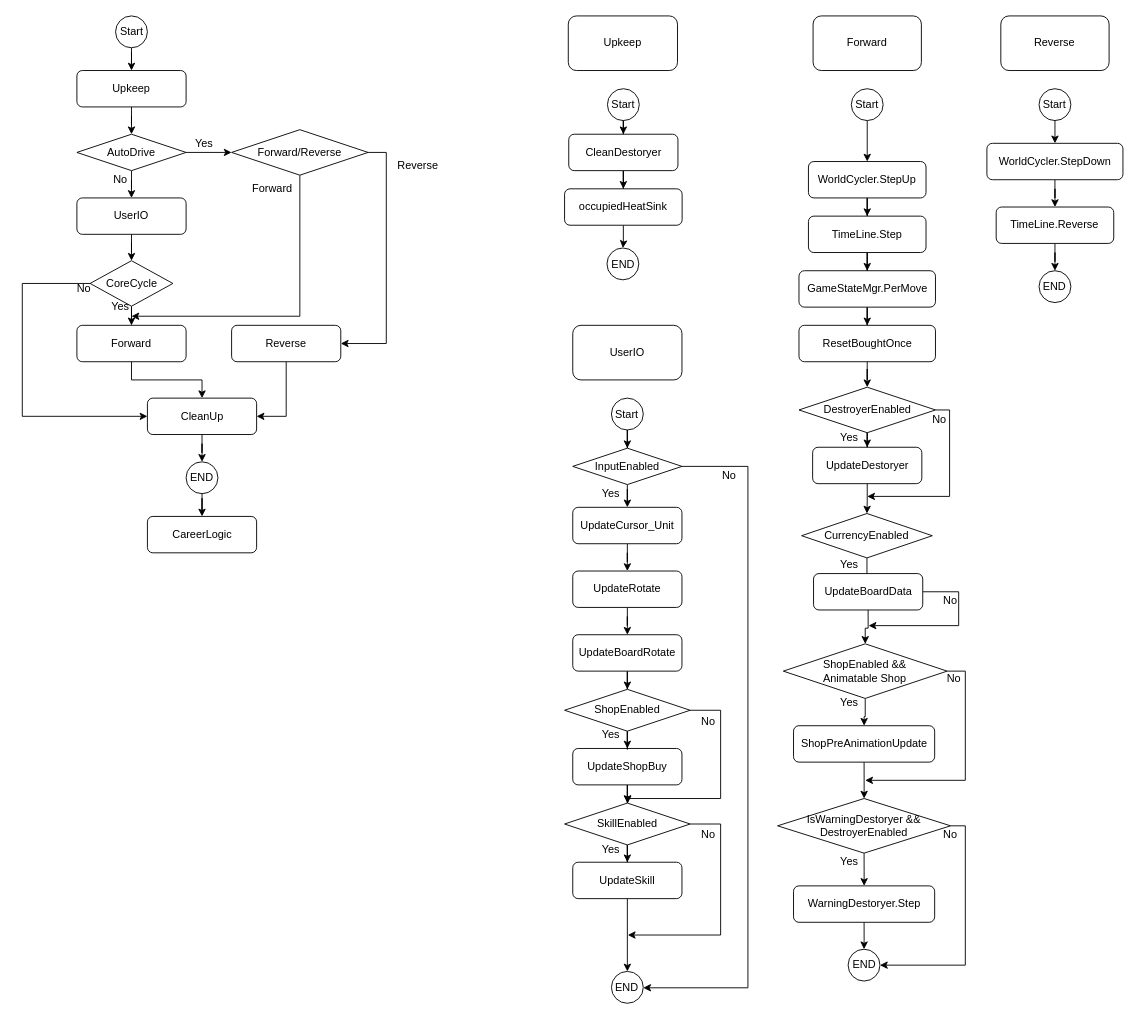
yanyoumo/R.O.O.T_Unity keeps this draw.io diagram as ROOT_demo/Root_Game_Loop.drawio. Above is the earlier version. Source tidied: cells renumbered, new cells numbered last; positions are measured from the earlier drawing's top-left corner, leaving out a move shared by most shapes. Both pictures are drawn from the tidied source at 91%, with x=0, y=0 at pixel (22, 15).
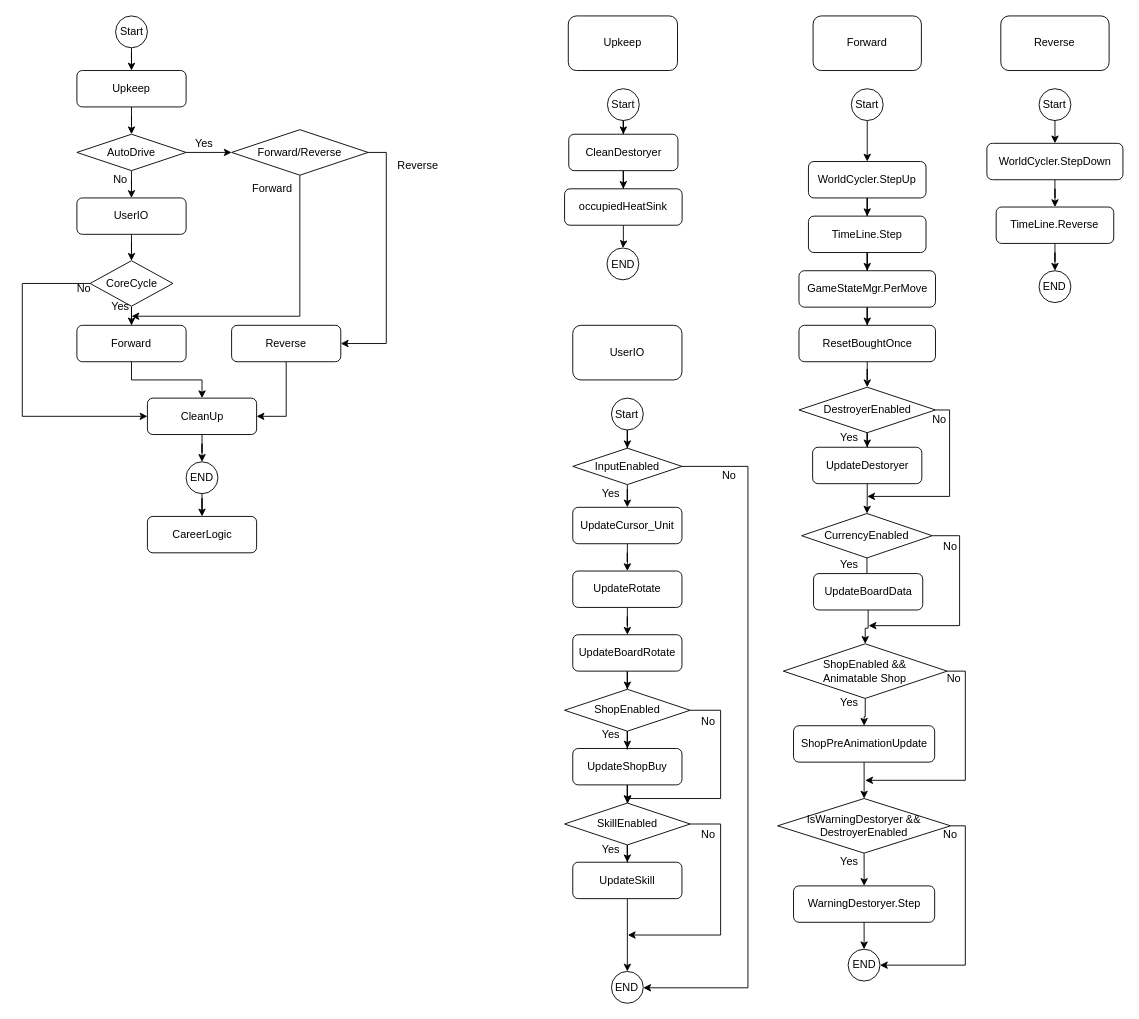
The same page after the edit.

Unchanged cells that the change refers to:
```xml
<mxCell id="76" value="CurrencyEnabled" style="rhombus;whiteSpace=wrap;html=1;" parent="1" vertex="1">
  <mxGeometry x="856.4" y="546.8" width="143.6" height="48.8" as="geometry" />
</mxCell>
<mxCell id="79" value="UpdateBoardData" style="rounded=1;whiteSpace=wrap;html=1;" parent="1" vertex="1">
  <mxGeometry x="869.5" y="612.8" width="120" height="40" as="geometry" />
</mxCell>
```

The edit, as a diff of the source:
```diff
@@
+    <mxCell id="117" style="edgeStyle=orthogonalEdgeStyle;rounded=0;jettySize=auto;html=1;exitX=1;exitY=0.5;exitDx=0;exitDy=0;" parent="1" edge="1" source="76">
+      <mxGeometry relative="1" as="geometry">
+        <mxPoint x="930" y="670" as="targetPoint" />
+        <Array as="points">
+          <mxPoint x="1030" y="571" />
+          <mxPoint x="1030" y="670" />
+        </Array>
+      </mxGeometry>
+    </mxCell>
@@
-    <mxCell id="78" style="edgeStyle=orthogonalEdgeStyle;rounded=0;jettySize=auto;html=1;exitX=1;exitY=0.5;exitDx=0;exitDy=0;" parent="1" edge="1" source="79">
-      <mxGeometry relative="1" as="geometry">
-        <mxPoint x="930" y="670" as="targetPoint" />
-        <Array as="points">
-          <mxPoint x="1029" y="633" />
-          <mxPoint x="1029" y="670" />
-        </Array>
-      </mxGeometry>
-    </mxCell>
@@
-    <mxCell id="106" value="No" style="text;html=1;strokeColor=none;fillColor=none;align=center;verticalAlign=middle;whiteSpace=wrap;rounded=0;" parent="1" vertex="1">
-      <mxGeometry x="1000" y="632.8" width="40" height="20" as="geometry" />
-    </mxCell>
@@
+    <mxCell id="106" value="No" style="text;html=1;strokeColor=none;fillColor=none;align=center;verticalAlign=middle;whiteSpace=wrap;rounded=0;" parent="1" vertex="1">
+      <mxGeometry x="1000" y="573" width="40" height="20" as="geometry" />
+    </mxCell>
```
